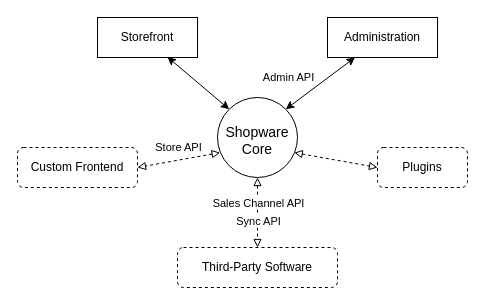
This is src/images/blueprints/shopware-architecture.drawio from freb97/bachelors-thesis, a draw.io file, before an edit. Source tidied: cells renumbered, new cells numbered last; positions are measured from the earlier drawing's top-left corner, leaving out a move shared by most shapes. Both pictures are drawn from the tidied source at 100%, with x=0, y=0 at pixel (17, 17).
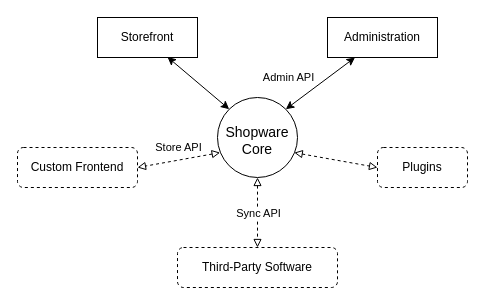
The same diagram, later.

What changed in the source:
```diff
@@
 <mxGraphModel>
   <root>
     <mxCell id="0" />
     <mxCell id="1" parent="0" />
     <mxCell id="2" style="rounded=0;jettySize=auto;html=1;exitX=1;exitY=0;exitDx=0;exitDy=0;entryX=0.25;entryY=1;entryDx=0;entryDy=0;startArrow=classic;startFill=1;shadow=0;fontFamily=Helvetica;" parent="1" edge="1" source="11" target="13">
       <mxGeometry relative="1" as="geometry" />
     </mxCell>
     <mxCell id="3" value="Admin API" style="edgeLabel;html=1;align=center;verticalAlign=middle;fontSize=11;fontFamily=Helvetica;fontColor=default;labelBackgroundColor=none;" parent="2" vertex="1">
       <mxGeometry x="-0.08" y="-4" relative="1" as="geometry">
         <mxPoint x="-32" y="-11" as="offset" />
       </mxGeometry>
     </mxCell>
     <mxCell id="4" style="edgeStyle=none;shape=connector;rounded=0;jettySize=auto;html=1;exitX=0;exitY=0;exitDx=0;exitDy=0;labelBackgroundColor=default;fontFamily=Helvetica;fontSize=11;fontColor=default;startArrow=classic;startFill=1;endArrow=classic;shadow=0;entryX=0.7;entryY=0.989;entryDx=0;entryDy=0;entryPerimeter=0;" parent="1" edge="1" source="11" target="12">
       <mxGeometry relative="1" as="geometry" />
     </mxCell>
     <mxCell id="5" style="edgeStyle=none;shape=connector;rounded=0;jettySize=auto;html=1;exitX=0.5;exitY=1;exitDx=0;exitDy=0;entryX=0.5;entryY=0;entryDx=0;entryDy=0;labelBackgroundColor=default;strokeColor=default;fontFamily=Helvetica;fontSize=11;fontColor=default;startArrow=block;startFill=0;endArrow=block;startSize=6;endSize=6;targetPerimeterSpacing=0;dashed=1;endFill=0;" parent="1" edge="1" source="11" target="15">
       <mxGeometry relative="1" as="geometry" />
     </mxCell>
     <mxCell id="6" value="Sync API" style="edgeLabel;html=1;align=center;verticalAlign=middle;fontSize=11;fontFamily=Helvetica;fontColor=default;" parent="5" vertex="1">
-      <mxGeometry relative="1" as="geometry">
-        <mxPoint y="8" as="offset" />
-      </mxGeometry>
+      <mxGeometry relative="1" as="geometry" />
     </mxCell>
-    <mxCell id="7" value="Sales Channel API" style="edgeLabel;html=1;align=center;verticalAlign=middle;fontSize=11;fontFamily=Helvetica;fontColor=default;" parent="5" vertex="1">
-      <mxGeometry x="-0.19" y="3" relative="1" as="geometry">
-        <mxPoint x="-3" y="-3" as="offset" />
-      </mxGeometry>
-    </mxCell>
     <mxCell id="8" style="edgeStyle=none;shape=connector;rounded=0;jettySize=auto;html=1;exitX=0.959;exitY=0.689;exitDx=0;exitDy=0;entryX=0;entryY=0.5;entryDx=0;entryDy=0;labelBackgroundColor=default;strokeColor=default;fontFamily=Helvetica;fontSize=11;fontColor=default;startArrow=block;startFill=0;endArrow=block;startSize=6;endSize=6;targetPerimeterSpacing=0;dashed=1;endFill=0;exitPerimeter=0;" parent="1" edge="1" source="11" target="14">
       <mxGeometry relative="1" as="geometry" />
     </mxCell>
     <mxCell id="9" style="edgeStyle=none;shape=connector;rounded=0;jettySize=auto;html=1;entryX=1;entryY=0.5;entryDx=0;entryDy=0;labelBackgroundColor=default;strokeColor=default;fontFamily=Helvetica;fontSize=11;fontColor=default;startArrow=block;startFill=0;endArrow=block;startSize=6;endSize=6;targetPerimeterSpacing=0;dashed=1;endFill=0;exitX=0.033;exitY=0.689;exitDx=0;exitDy=0;exitPerimeter=0;" parent="1" edge="1" source="11" target="16">
       <mxGeometry relative="1" as="geometry" />
     </mxCell>
     <mxCell id="10" value="Store API" style="edgeLabel;html=1;align=center;verticalAlign=middle;fontSize=11;fontFamily=Helvetica;fontColor=default;" parent="9" vertex="1">
       <mxGeometry x="0.15" y="1" relative="1" as="geometry">
         <mxPoint x="5" y="-15" as="offset" />
       </mxGeometry>
     </mxCell>
     <mxCell id="11" value="&lt;div style=&quot;font-size: 14px;&quot;&gt;&lt;font style=&quot;font-size: 14px;&quot;&gt;Shopware&lt;/font&gt;&lt;/div&gt;&lt;div style=&quot;font-size: 14px;&quot;&gt;&lt;font style=&quot;font-size: 14px;&quot;&gt;Core&lt;font style=&quot;font-size: 14px;&quot;&gt;&lt;br&gt;&lt;/font&gt;&lt;/font&gt;&lt;/div&gt;" style="ellipse;whiteSpace=wrap;html=1;shadow=0;spacingTop=5;fontFamily=Helvetica;" parent="1" vertex="1">
       <mxGeometry x="200" y="80" width="80" height="80" as="geometry" />
     </mxCell>
     <mxCell id="12" value="Storefront" style="rounded=0;whiteSpace=wrap;html=1;shadow=0;fontFamily=Helvetica;" parent="1" vertex="1">
       <mxGeometry x="80" width="100" height="40" as="geometry" />
     </mxCell>
     <mxCell id="13" value="&lt;div&gt;Administration&lt;/div&gt;" style="rounded=0;whiteSpace=wrap;html=1;shadow=0;fontFamily=Helvetica;" parent="1" vertex="1">
       <mxGeometry x="310" width="110" height="40" as="geometry" />
     </mxCell>
     <mxCell id="14" value="Plugins" style="rounded=1;whiteSpace=wrap;html=1;shadow=0;dashed=1;" parent="1" vertex="1">
       <mxGeometry x="360" y="130" width="90" height="40" as="geometry" />
     </mxCell>
     <mxCell id="15" value="Third-Party Software" style="rounded=1;whiteSpace=wrap;html=1;shadow=0;dashed=1;fontFamily=Helvetica;" parent="1" vertex="1">
       <mxGeometry x="160" y="230" width="160" height="40" as="geometry" />
     </mxCell>
     <mxCell id="16" value="Custom Frontend" style="rounded=1;whiteSpace=wrap;html=1;shadow=0;dashed=1;" parent="1" vertex="1">
       <mxGeometry y="130" width="120" height="40" as="geometry" />
     </mxCell>
   </root>
 </mxGraphModel>
```
